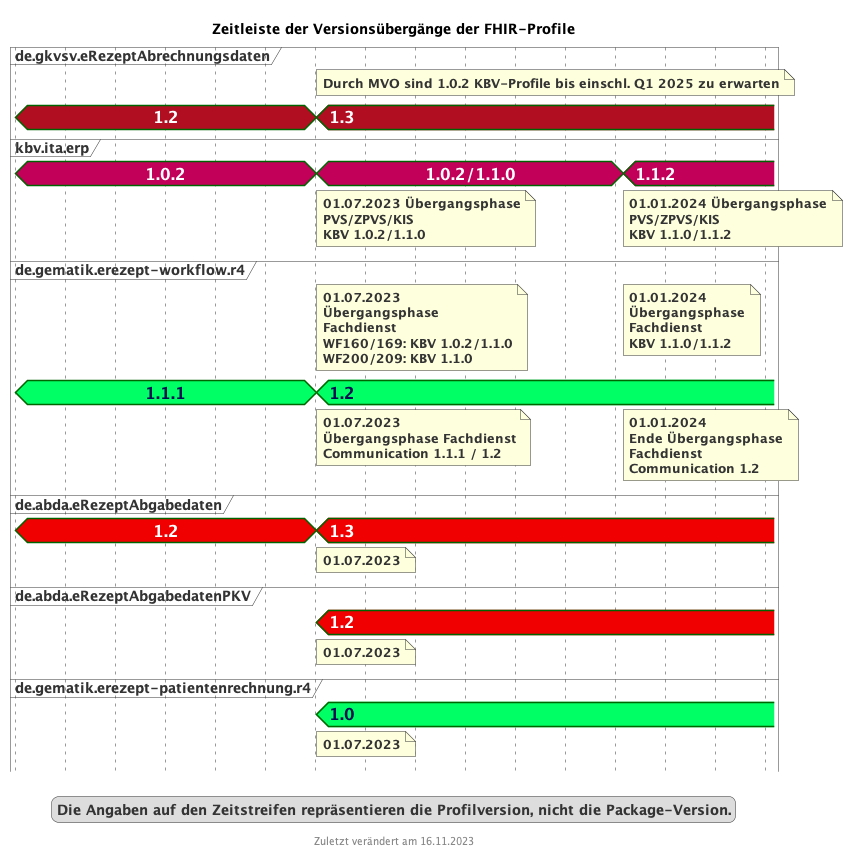
Before: images/puml_fhir_version_timeline.png, a diagram exported from PlantUML (gematik/api-erp).
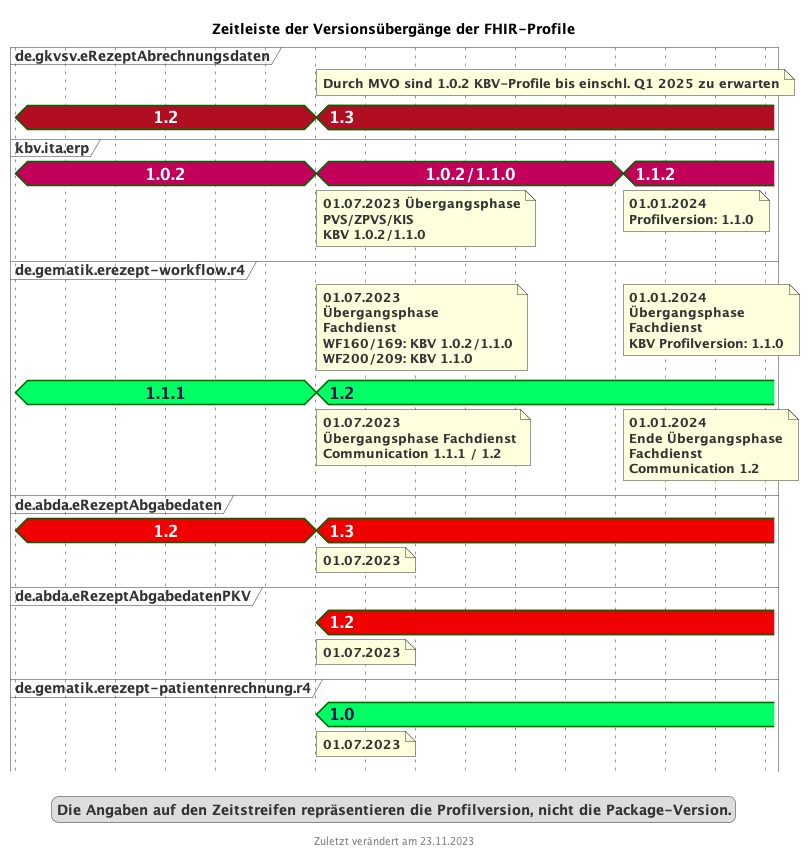
After the change.

Commit message:
Adapted puml vor Versionsübergänge

Change to the diagram source:
```diff
@@ -28,7 +28,7 @@
 }
 </style>
 title Zeitleiste der Versionsübergänge der FHIR-Profile
-footer Zuletzt verändert am 16.11.2023
+footer Zuletzt verändert am 23.11.2023
 
 
 concise "de.gkvsv.eRezeptAbrechnungsdaten" as GKV <<gkvcolor>>
@@ -64,8 +64,8 @@
 GKV is 1.3
 
 @2024/01/01
-note bottom of KBV : 01.01.2024 Übergangsphase\nPVS/ZPVS/KIS\nKBV 1.1.0/1.1.2
-note top of gematik : 01.01.2024\nÜbergangsphase\nFachdienst\nKBV 1.1.0/1.1.2
+note bottom of KBV : 01.01.2024 \nProfilversion: 1.1.0
+note top of gematik : 01.01.2024\nÜbergangsphase\nFachdienst\nKBV Profilversion: 1.1.0
 note bottom of gematik : 01.01.2024\nEnde Übergangsphase\nFachdienst\nCommunication 1.2
 KBV is 1.1.2
 
```
